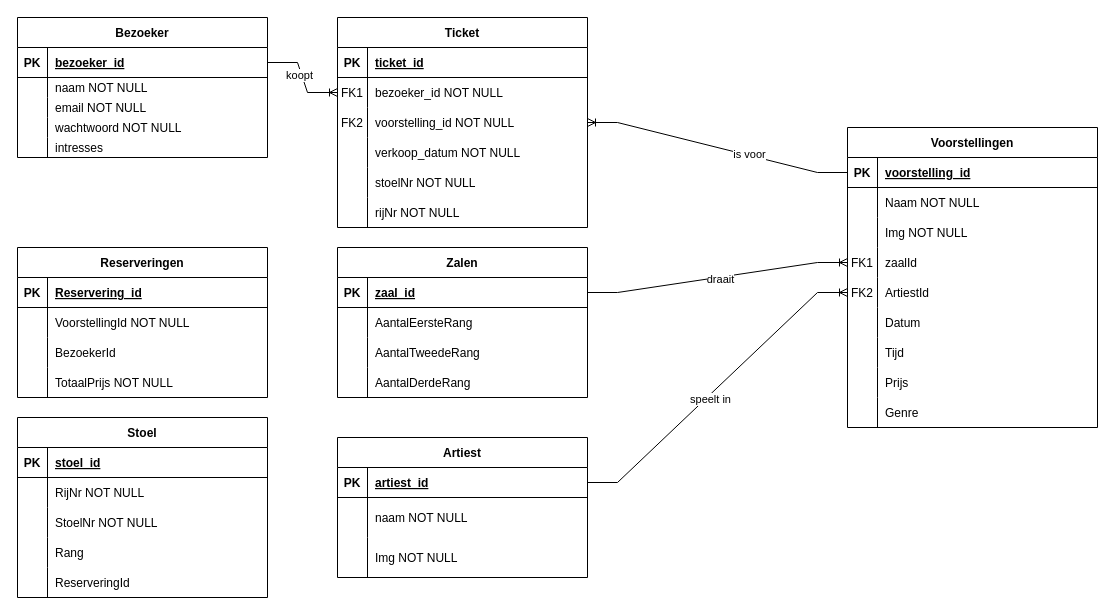
Earlier version of the draw.io diagram documentatie/database ER Diagram.drawio (Wdpr/WDPR2223). Source tidied: cells renumbered, new cells numbered last; positions are measured from the earlier drawing's top-left corner, leaving out a move shared by most shapes. Both pictures are drawn from the tidied source at 100%, with x=0, y=0 at pixel (17, 17).
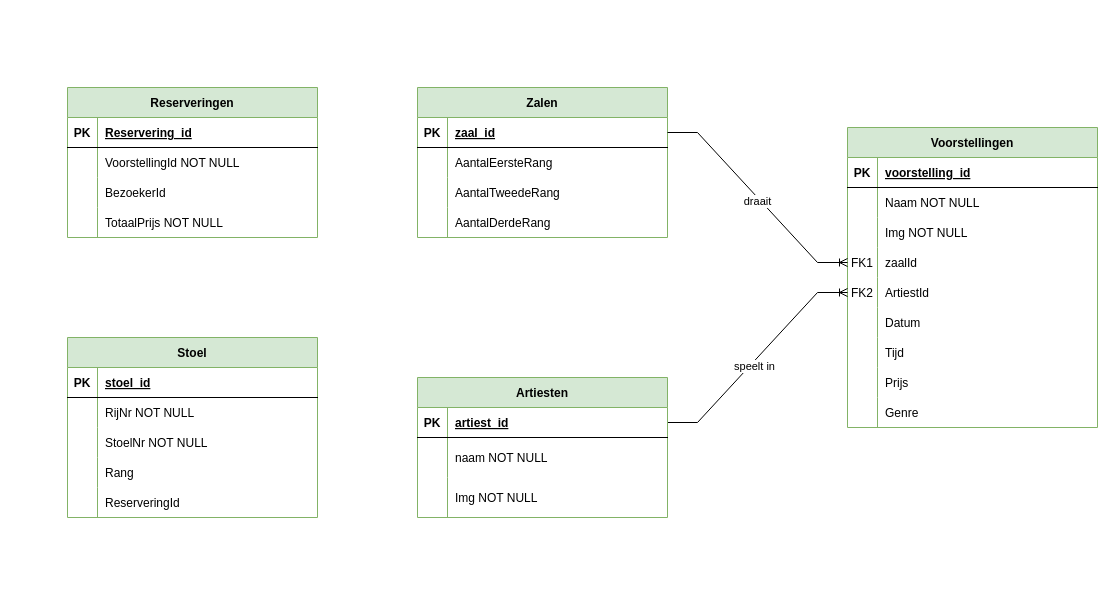
The same diagram, later.

The change refers to these unchanged cells:
```xml
<mxCell id="22" style="shape=partialRectangle;fillColor=none;points=[[0,0.5],[1,0.5]];portConstraint=eastwest;top=0;left=0;right=0;bottom=1;" parent="21" vertex="1">
  <mxGeometry y="30" width="250" height="30" as="geometry" />
</mxCell>
```

Diff of the diagram source:
```diff
@@
-    <mxCell id="2" value="Ticket" style="shape=table;startSize=30;childLayout=tableLayout;rowLines=0;fontStyle=1;align=center;" parent="1" vertex="1">
-      <mxGeometry x="320" width="250" height="210" as="geometry" />
-    </mxCell>
-    <mxCell id="3" style="shape=partialRectangle;fillColor=none;top=0;left=0;right=0;bottom=1;" parent="2" vertex="1">
-      <mxGeometry y="30" width="250" height="30" as="geometry" />
-    </mxCell>
-    <mxCell id="4" value="PK" style="shape=partialRectangle;overflow=hidden;fillColor=none;top=0;left=0;bottom=0;right=0;fontStyle=1;" parent="3" vertex="1">
-      <mxGeometry width="30" height="30" as="geometry" />
-    </mxCell>
-    <mxCell id="5" value="ticket_id" style="shape=partialRectangle;overflow=hidden;fillColor=none;top=0;left=0;bottom=0;right=0;align=left;spacingLeft=6;fontStyle=5;" parent="3" vertex="1">
-      <mxGeometry x="30" width="220" height="30" as="geometry" />
-    </mxCell>
-    <mxCell id="6" style="shape=partialRectangle;fillColor=none;points=[[0,0.5],[1,0.5]];portConstraint=eastwest;top=0;left=0;right=0;bottom=0;" parent="2" vertex="1">
-      <mxGeometry y="60" width="250" height="30" as="geometry" />
-    </mxCell>
-    <mxCell id="7" value="FK1" style="shape=partialRectangle;overflow=hidden;fillColor=none;top=0;left=0;bottom=0;right=0;" parent="6" vertex="1">
-      <mxGeometry width="30" height="30" as="geometry" />
-    </mxCell>
-    <mxCell id="8" value="bezoeker_id NOT NULL" style="shape=partialRectangle;overflow=hidden;fillColor=none;top=0;left=0;bottom=0;right=0;align=left;spacingLeft=6;" parent="6" vertex="1">
-      <mxGeometry x="30" width="220" height="30" as="geometry" />
-    </mxCell>
-    <mxCell id="9" style="shape=partialRectangle;fillColor=none;points=[[0,0.5],[1,0.5]];portConstraint=eastwest;top=0;left=0;right=0;bottom=0;" parent="2" vertex="1">
-      <mxGeometry y="90" width="250" height="30" as="geometry" />
-    </mxCell>
-    <mxCell id="10" value="FK2" style="shape=partialRectangle;overflow=hidden;fillColor=none;top=0;left=0;bottom=0;right=0;" parent="9" vertex="1">
-      <mxGeometry width="30" height="30" as="geometry" />
-    </mxCell>
-    <mxCell id="11" value="voorstelling_id NOT NULL" style="shape=partialRectangle;overflow=hidden;fillColor=none;top=0;left=0;bottom=0;right=0;align=left;spacingLeft=6;" parent="9" vertex="1">
-      <mxGeometry x="30" width="220" height="30" as="geometry" />
-    </mxCell>
-    <mxCell id="12" style="shape=partialRectangle;fillColor=none;top=0;left=0;right=0;bottom=0;" parent="2" vertex="1">
-      <mxGeometry y="120" width="250" height="30" as="geometry" />
-    </mxCell>
-    <mxCell id="13" style="shape=partialRectangle;overflow=hidden;fillColor=none;top=0;left=0;bottom=0;right=0;" parent="12" vertex="1">
-      <mxGeometry width="30" height="30" as="geometry" />
-    </mxCell>
-    <mxCell id="14" value="verkoop_datum NOT NULL" style="shape=partialRectangle;overflow=hidden;fillColor=none;top=0;left=0;bottom=0;right=0;align=left;spacingLeft=6;" parent="12" vertex="1">
-      <mxGeometry x="30" width="220" height="30" as="geometry" />
-    </mxCell>
-    <mxCell id="15" style="shape=partialRectangle;fillColor=none;top=0;left=0;right=0;bottom=0;" parent="2" vertex="1">
-      <mxGeometry y="150" width="250" height="30" as="geometry" />
-    </mxCell>
-    <mxCell id="16" style="shape=partialRectangle;overflow=hidden;fillColor=none;top=0;left=0;bottom=0;right=0;" parent="15" vertex="1">
-      <mxGeometry width="30" height="30" as="geometry" />
-    </mxCell>
-    <mxCell id="17" value="stoelNr NOT NULL" style="shape=partialRectangle;overflow=hidden;fillColor=none;top=0;left=0;bottom=0;right=0;align=left;spacingLeft=6;" parent="15" vertex="1">
-      <mxGeometry x="30" width="220" height="30" as="geometry" />
-    </mxCell>
-    <mxCell id="18" style="shape=partialRectangle;fillColor=none;top=0;left=0;right=0;bottom=0;" parent="2" vertex="1">
-      <mxGeometry y="180" width="250" height="30" as="geometry" />
-    </mxCell>
-    <mxCell id="19" style="shape=partialRectangle;overflow=hidden;fillColor=none;top=0;left=0;bottom=0;right=0;" parent="18" vertex="1">
-      <mxGeometry width="30" height="30" as="geometry" />
-    </mxCell>
-    <mxCell id="20" value="rijNr NOT NULL" style="shape=partialRectangle;overflow=hidden;fillColor=none;top=0;left=0;bottom=0;right=0;align=left;spacingLeft=6;" parent="18" vertex="1">
-      <mxGeometry x="30" width="220" height="30" as="geometry" />
-    </mxCell>
-    <mxCell id="21" value="Voorstellingen" style="shape=table;startSize=30;childLayout=tableLayout;rowLines=0;fontStyle=1;align=center;" parent="1" vertex="1">
+    <mxCell id="21" value="Voorstellingen" style="shape=table;startSize=30;childLayout=tableLayout;rowLines=0;fontStyle=1;align=center;fillColor=#d5e8d4;strokeColor=#82b366;" parent="1" vertex="1">
       <mxGeometry x="830" y="110" width="250" height="300" as="geometry" />
     </mxCell>
@@
-    <mxCell id="49" value="Bezoeker" style="shape=table;startSize=30;childLayout=tableLayout;rowLines=0;fontStyle=1;align=center;strokeWidth=1;" parent="1" vertex="1">
-      <mxGeometry width="250" height="140" as="geometry" />
-    </mxCell>
-    <mxCell id="50" style="shape=partialRectangle;fillColor=none;points=[[0,0.5],[1,0.5]];portConstraint=eastwest;top=0;left=0;right=0;bottom=1;" parent="49" vertex="1">
-      <mxGeometry y="30" width="250" height="30" as="geometry" />
-    </mxCell>
-    <mxCell id="51" value="PK" style="shape=partialRectangle;overflow=hidden;fillColor=none;top=0;left=0;bottom=0;right=0;fontStyle=1;" parent="50" vertex="1">
-      <mxGeometry width="30" height="30" as="geometry" />
-    </mxCell>
-    <mxCell id="52" value="bezoeker_id" style="shape=partialRectangle;overflow=hidden;fillColor=none;top=0;left=0;bottom=0;right=0;align=left;spacingLeft=6;fontStyle=5;" parent="50" vertex="1">
-      <mxGeometry x="30" width="220" height="30" as="geometry" />
-    </mxCell>
-    <mxCell id="53" style="shape=partialRectangle;fillColor=none;top=0;left=0;right=0;bottom=0;" parent="49" vertex="1">
-      <mxGeometry y="60" width="250" height="20" as="geometry" />
-    </mxCell>
-    <mxCell id="54" style="shape=partialRectangle;overflow=hidden;fillColor=none;top=0;left=0;bottom=0;right=0;" parent="53" vertex="1">
-      <mxGeometry width="30" height="20" as="geometry" />
-    </mxCell>
-    <mxCell id="55" value="naam NOT NULL" style="shape=partialRectangle;overflow=hidden;fillColor=none;top=0;left=0;bottom=0;right=0;align=left;spacingLeft=6;" parent="53" vertex="1">
-      <mxGeometry x="30" width="220" height="20" as="geometry" />
-    </mxCell>
-    <mxCell id="56" style="shape=partialRectangle;fillColor=none;top=0;left=0;right=0;bottom=0;" parent="49" vertex="1">
-      <mxGeometry y="80" width="250" height="20" as="geometry" />
-    </mxCell>
-    <mxCell id="57" style="shape=partialRectangle;overflow=hidden;fillColor=none;top=0;left=0;bottom=0;right=0;" parent="56" vertex="1">
-      <mxGeometry width="30" height="20" as="geometry" />
-    </mxCell>
-    <mxCell id="58" value="email NOT NULL" style="shape=partialRectangle;overflow=hidden;fillColor=none;top=0;left=0;bottom=0;right=0;align=left;spacingLeft=6;" parent="56" vertex="1">
-      <mxGeometry x="30" width="220" height="20" as="geometry" />
-    </mxCell>
-    <mxCell id="59" style="shape=partialRectangle;fillColor=none;top=0;left=0;right=0;bottom=0;" parent="49" vertex="1">
-      <mxGeometry y="100" width="250" height="20" as="geometry" />
-    </mxCell>
-    <mxCell id="60" style="shape=partialRectangle;overflow=hidden;fillColor=none;top=0;left=0;bottom=0;right=0;" parent="59" vertex="1">
-      <mxGeometry width="30" height="20" as="geometry" />
-    </mxCell>
-    <mxCell id="61" value="wachtwoord NOT NULL" style="shape=partialRectangle;overflow=hidden;fillColor=none;top=0;left=0;bottom=0;right=0;align=left;spacingLeft=6;" parent="59" vertex="1">
-      <mxGeometry x="30" width="220" height="20" as="geometry" />
-    </mxCell>
-    <mxCell id="62" style="shape=partialRectangle;fillColor=none;top=0;left=0;right=0;bottom=0;" parent="49" vertex="1">
-      <mxGeometry y="120" width="250" height="20" as="geometry" />
-    </mxCell>
-    <mxCell id="63" style="shape=partialRectangle;overflow=hidden;fillColor=none;top=0;left=0;bottom=0;right=0;" parent="62" vertex="1">
-      <mxGeometry width="30" height="20" as="geometry" />
-    </mxCell>
-    <mxCell id="64" value="intresses" style="shape=partialRectangle;overflow=hidden;fillColor=none;top=0;left=0;bottom=0;right=0;align=left;spacingLeft=6;" parent="62" vertex="1">
-      <mxGeometry x="30" width="220" height="20" as="geometry" />
-    </mxCell>
-    <mxCell id="65" style="edgeStyle=entityRelationEdgeStyle;fontSize=12;html=1;endArrow=ERoneToMany;rounded=0;entryX=0;entryY=0.5;entryDx=0;entryDy=0;exitX=1;exitY=0.5;exitDx=0;exitDy=0;" parent="1" edge="1" source="50" target="6">
-      <mxGeometry relative="1" as="geometry" />
-    </mxCell>
-    <mxCell id="66" value="koopt" style="edgeLabel;html=1;align=center;verticalAlign=middle;" parent="65" vertex="1">
-      <mxGeometry x="-0.08" y="-3" relative="1" as="geometry">
-        <mxPoint x="1" as="offset" />
-      </mxGeometry>
-    </mxCell>
-    <mxCell id="67" style="edgeStyle=entityRelationEdgeStyle;fontSize=12;html=1;endArrow=ERoneToMany;rounded=0;exitX=0;exitY=0.5;exitDx=0;exitDy=0;entryX=1;entryY=0.5;entryDx=0;entryDy=0;" parent="1" edge="1" source="22" target="9">
-      <mxGeometry relative="1" as="geometry" />
-    </mxCell>
-    <mxCell id="68" value="is voor" style="edgeLabel;html=1;align=center;verticalAlign=middle;" parent="67" vertex="1">
-      <mxGeometry x="-0.24" y="-1" relative="1" as="geometry" />
-    </mxCell>
-    <mxCell id="69" value="Zalen" style="shape=table;startSize=30;childLayout=tableLayout;rowLines=0;fontStyle=1;align=center;" parent="1" vertex="1">
-      <mxGeometry x="320" y="230" width="250" height="150" as="geometry" />
+    <mxCell id="69" value="Zalen" style="shape=table;startSize=30;childLayout=tableLayout;rowLines=0;fontStyle=1;align=center;fillColor=#d5e8d4;strokeColor=#82b366;" parent="1" vertex="1">
+      <mxGeometry x="400" y="70" width="250" height="150" as="geometry" />
     </mxCell>
@@
-    <mxCell id="86" value="Artiest" style="shape=table;startSize=30;childLayout=tableLayout;rowLines=0;fontStyle=1;align=center;strokeWidth=1;" parent="1" vertex="1">
-      <mxGeometry x="320" y="420" width="250" height="140" as="geometry" />
+    <mxCell id="86" value="Artiesten" style="shape=table;startSize=30;childLayout=tableLayout;rowLines=0;fontStyle=1;align=center;strokeWidth=1;fillColor=#d5e8d4;strokeColor=#82b366;" parent="1" vertex="1">
+      <mxGeometry x="400" y="360" width="250" height="140" as="geometry" />
     </mxCell>
@@
-    <mxCell id="96" value="Reserveringen" style="shape=table;startSize=30;childLayout=tableLayout;rowLines=0;fontStyle=1;align=center;" parent="1" vertex="1">
-      <mxGeometry y="230" width="250" height="150" as="geometry" />
+    <mxCell id="96" value="Reserveringen" style="shape=table;startSize=30;childLayout=tableLayout;rowLines=0;fontStyle=1;align=center;fillColor=#d5e8d4;strokeColor=#82b366;" parent="1" vertex="1">
+      <mxGeometry x="50" y="70" width="250" height="150" as="geometry" />
     </mxCell>
@@
-    <mxCell id="109" value="Stoel" style="shape=table;startSize=30;childLayout=tableLayout;rowLines=0;fontStyle=1;align=center;" parent="1" vertex="1">
-      <mxGeometry y="400" width="250" height="180" as="geometry" />
+    <mxCell id="109" value="Stoel" style="shape=table;startSize=30;childLayout=tableLayout;rowLines=0;fontStyle=1;align=center;fillColor=#d5e8d4;strokeColor=#82b366;" parent="1" vertex="1">
+      <mxGeometry x="50" y="320" width="250" height="180" as="geometry" />
     </mxCell>
```
